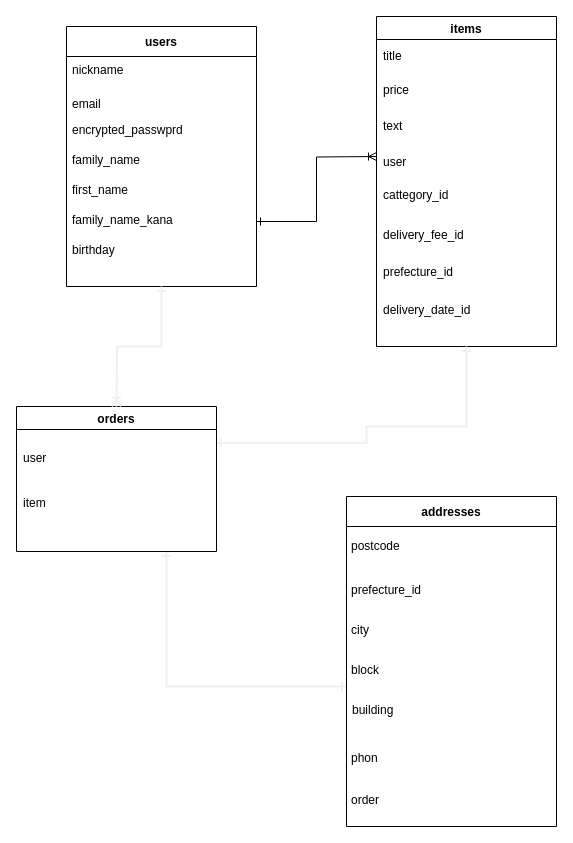
Above: ER図.dio in akkyflair/furima-36121 (draw.io), before the change. Source tidied: cells renumbered, new cells numbered last; positions are measured from the earlier drawing's top-left corner, leaving out a move shared by most shapes. Both pictures are drawn from the tidied source at 100%, with x=0, y=0 at pixel (16, 16).
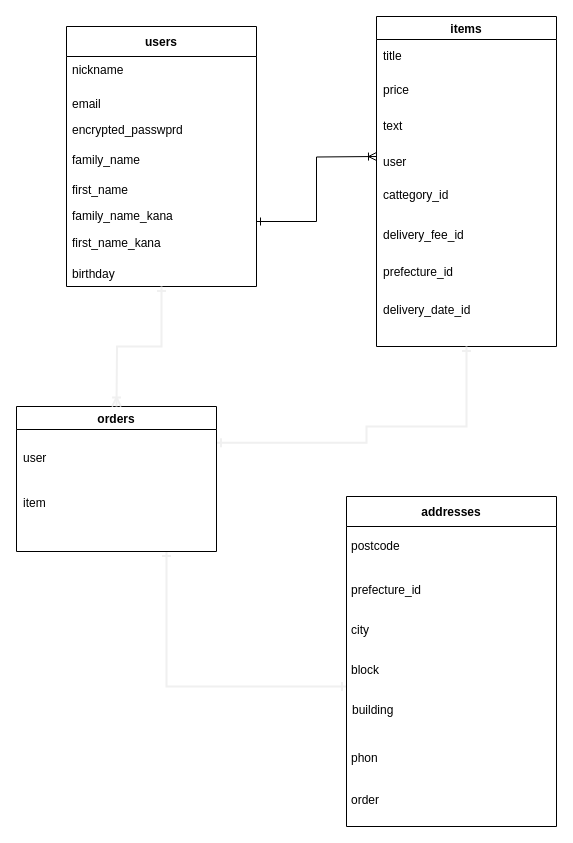
After the change.

The change refers to these unchanged cells:
```xml
<mxCell id="2" value="users" style="swimlane;startSize=30;" parent="1" vertex="1">
  <mxGeometry x="50" y="10" width="190" height="260" as="geometry" />
</mxCell>
```

Change to the diagram source:
```diff
@@
     <mxCell id="7" value="family_name_kana" style="text;strokeColor=none;fillColor=none;align=left;verticalAlign=top;spacingLeft=4;spacingRight=4;overflow=hidden;" parent="2" vertex="1">
-      <mxGeometry y="180" width="190" height="26" as="geometry" />
+      <mxGeometry y="176" width="190" height="26" as="geometry" />
     </mxCell>
     <mxCell id="8" value="birthday" style="text;strokeColor=none;fillColor=none;align=left;verticalAlign=top;spacingLeft=4;spacingRight=4;overflow=hidden;" parent="2" vertex="1">
-      <mxGeometry y="210" width="190" height="26" as="geometry" />
+      <mxGeometry y="234" width="190" height="26" as="geometry" />
     </mxCell>
@@
+    <mxCell id="34" value="first_name_kana" style="text;strokeColor=none;fillColor=none;align=left;verticalAlign=top;spacingLeft=4;spacingRight=4;overflow=hidden;" parent="1" vertex="1">
+      <mxGeometry x="50" y="213" width="190" height="26" as="geometry" />
+    </mxCell>
```
